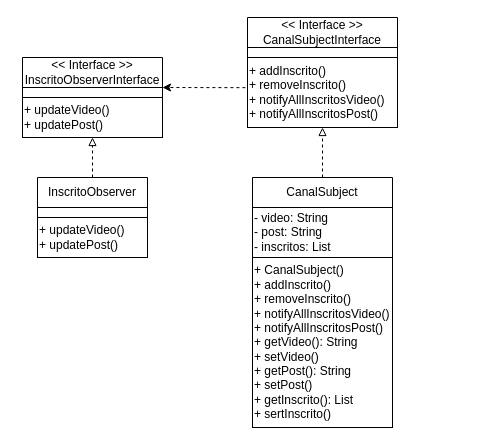
Earlier version of the draw.io diagram padroesProjetosSistemas/observer/Observer.drawio (AugustoTSantos/Bertoti). Source tidied: cells renumbered, new cells numbered last; positions are measured from the earlier drawing's top-left corner, leaving out a move shared by most shapes. Both pictures are drawn from the tidied source at 100%, with x=0, y=0 at pixel (22, 17).
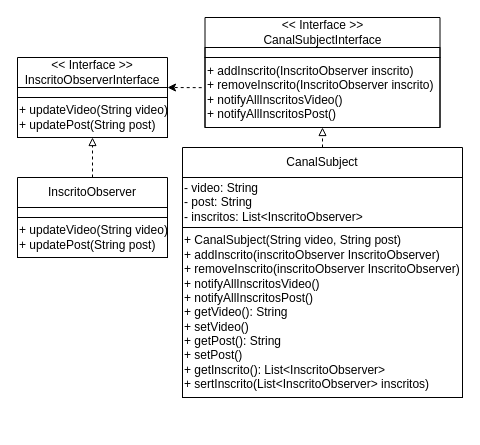
After the change.

Diff of the diagram source:
```diff
@@
 <mxGraphModel>
   <root>
     <mxCell id="0" />
     <mxCell id="1" parent="0" />
     <mxCell id="2" style="edgeStyle=none;html=1;dashed=1;endArrow=classic;endFill=1;exitX=-0.014;exitY=0.431;exitDx=0;exitDy=0;exitPerimeter=0;entryX=1;entryY=0;entryDx=0;entryDy=0;" parent="1" edge="1" source="12" target="4">
       <mxGeometry relative="1" as="geometry" />
     </mxCell>
     <mxCell id="3" value="&amp;lt;&amp;lt; Interface &amp;gt;&amp;gt;&lt;br&gt;InscritoObserverInterface" style="swimlane;fontStyle=0;horizontal=1;startSize=30;whiteSpace=wrap;html=1;glass=0;" parent="1" vertex="1">
-      <mxGeometry y="40" width="140" height="80" as="geometry" />
+      <mxGeometry x="-5" y="40" width="150" height="80" as="geometry" />
     </mxCell>
     <mxCell id="4" style="text;html=1;strokeColor=default;fillColor=none;align=center;verticalAlign=middle;whiteSpace=wrap;rounded=0;glass=0;" parent="3" vertex="1">
-      <mxGeometry y="30" width="140" height="10" as="geometry" />
+      <mxGeometry y="30" width="150" height="10" as="geometry" />
     </mxCell>
-    <mxCell id="5" value="&lt;div style=&quot;&quot;&gt;&lt;span style=&quot;background-color: initial;&quot;&gt;+ updateVideo()&lt;/span&gt;&lt;/div&gt;&lt;div style=&quot;&quot;&gt;&lt;span style=&quot;background-color: initial;&quot;&gt;+ updatePost()&lt;/span&gt;&lt;/div&gt;" style="text;html=1;align=left;verticalAlign=middle;points=[];strokeColor=default;fillColor=none;" parent="3" vertex="1">
-      <mxGeometry y="40" width="140" height="40" as="geometry" />
+    <mxCell id="5" value="&lt;div style=&quot;&quot;&gt;&lt;span style=&quot;background-color: initial;&quot;&gt;+ updateVideo(String video)&lt;/span&gt;&lt;/div&gt;&lt;div style=&quot;&quot;&gt;&lt;span style=&quot;background-color: initial;&quot;&gt;+ updatePost(String post)&lt;/span&gt;&lt;/div&gt;" style="text;html=1;align=left;verticalAlign=middle;points=[];strokeColor=default;fillColor=none;" parent="3" vertex="1">
+      <mxGeometry y="40" width="150" height="40" as="geometry" />
     </mxCell>
     <mxCell id="6" style="edgeStyle=none;html=1;dashed=1;endArrow=block;endFill=0;" parent="1" edge="1" source="7" target="5">
       <mxGeometry relative="1" as="geometry" />
     </mxCell>
     <mxCell id="7" value="InscritoObserver" style="swimlane;fontStyle=0;horizontal=1;startSize=30;whiteSpace=wrap;html=1;glass=0;" parent="1" vertex="1">
-      <mxGeometry x="15" y="160" width="110" height="80" as="geometry" />
+      <mxGeometry x="-5" y="160" width="150" height="80" as="geometry" />
     </mxCell>
     <mxCell id="8" style="text;html=1;strokeColor=default;fillColor=none;align=center;verticalAlign=middle;whiteSpace=wrap;rounded=0;glass=0;" parent="7" vertex="1">
-      <mxGeometry y="30" width="110" height="10" as="geometry" />
+      <mxGeometry y="30" width="150" height="10" as="geometry" />
     </mxCell>
-    <mxCell id="9" value="&lt;div style=&quot;&quot;&gt;&lt;span style=&quot;background-color: initial;&quot;&gt;+ updateVideo()&lt;/span&gt;&lt;/div&gt;&lt;div style=&quot;&quot;&gt;&lt;span style=&quot;background-color: initial;&quot;&gt;+ updatePost()&lt;/span&gt;&lt;/div&gt;" style="text;html=1;align=left;verticalAlign=middle;strokeColor=default;fillColor=none;" parent="7" vertex="1">
-      <mxGeometry y="40" width="110" height="40" as="geometry" />
+    <mxCell id="9" value="&lt;div style=&quot;&quot;&gt;&lt;span style=&quot;background-color: initial;&quot;&gt;+ updateVideo(String video)&lt;/span&gt;&lt;/div&gt;&lt;div style=&quot;&quot;&gt;&lt;span style=&quot;background-color: initial;&quot;&gt;+ updatePost(String post)&lt;/span&gt;&lt;/div&gt;" style="text;html=1;align=left;verticalAlign=middle;strokeColor=default;fillColor=none;" parent="7" vertex="1">
+      <mxGeometry y="40" width="150" height="40" as="geometry" />
     </mxCell>
     <mxCell id="10" value="&amp;lt;&amp;lt; Interface &amp;gt;&amp;gt;&lt;br&gt;CanalSubjectInterface" style="swimlane;fontStyle=0;horizontal=1;startSize=30;whiteSpace=wrap;html=1;glass=0;" parent="1" vertex="1">
-      <mxGeometry x="225" width="150" height="110" as="geometry" />
+      <mxGeometry x="182.5" width="235" height="110" as="geometry" />
     </mxCell>
     <mxCell id="11" style="text;html=1;strokeColor=default;fillColor=none;align=center;verticalAlign=middle;whiteSpace=wrap;rounded=0;glass=0;" parent="10" vertex="1">
-      <mxGeometry y="30" width="150" height="10" as="geometry" />
+      <mxGeometry y="30" width="235" height="10" as="geometry" />
     </mxCell>
-    <mxCell id="12" value="&lt;div style=&quot;&quot;&gt;+ addInscrito()&lt;/div&gt;&lt;div style=&quot;&quot;&gt;+ removeInscrito()&lt;/div&gt;&lt;div style=&quot;&quot;&gt;+ notifyAllInscritosVideo()&lt;/div&gt;&lt;div style=&quot;&quot;&gt;+ notifyAllInscritosPost()&lt;/div&gt;" style="text;html=1;align=left;verticalAlign=middle;points=[];strokeColor=default;fillColor=none;" parent="10" vertex="1">
-      <mxGeometry y="40" width="150" height="70" as="geometry" />
+    <mxCell id="12" value="&lt;div style=&quot;&quot;&gt;+ addInscrito(InscritoObserver inscrito)&lt;/div&gt;&lt;div style=&quot;&quot;&gt;+ removeInscrito(InscritoObserver inscrito)&lt;/div&gt;&lt;div style=&quot;&quot;&gt;+ notifyAllInscritosVideo()&lt;/div&gt;&lt;div style=&quot;&quot;&gt;+ notifyAllInscritosPost()&lt;/div&gt;" style="text;html=1;align=left;verticalAlign=middle;points=[];strokeColor=default;fillColor=none;" parent="10" vertex="1">
+      <mxGeometry y="40" width="235" height="70" as="geometry" />
     </mxCell>
     <mxCell id="13" style="edgeStyle=none;html=1;dashed=1;endArrow=block;endFill=0;" parent="1" edge="1" source="14" target="12">
       <mxGeometry relative="1" as="geometry" />
     </mxCell>
     <mxCell id="14" value="CanalSubject" style="swimlane;fontStyle=0;horizontal=1;startSize=30;whiteSpace=wrap;html=1;glass=0;" parent="1" vertex="1">
-      <mxGeometry x="230" y="160" width="140" height="250" as="geometry" />
+      <mxGeometry x="160" y="130" width="280" height="250" as="geometry" />
     </mxCell>
-    <mxCell id="15" value="- video: String&lt;br&gt;- post: String&lt;br&gt;- inscritos: List" style="text;html=1;strokeColor=default;fillColor=none;align=left;verticalAlign=middle;whiteSpace=wrap;rounded=0;glass=0;" parent="14" vertex="1">
-      <mxGeometry y="30" width="140" height="50" as="geometry" />
+    <mxCell id="15" value="- video: String&lt;br&gt;- post: String&lt;br&gt;- inscritos: List&amp;lt;InscritoObserver&amp;gt;" style="text;html=1;strokeColor=default;fillColor=none;align=left;verticalAlign=middle;whiteSpace=wrap;rounded=0;glass=0;" parent="14" vertex="1">
+      <mxGeometry y="30" width="280" height="50" as="geometry" />
     </mxCell>
-    <mxCell id="16" value="&lt;div style=&quot;&quot;&gt;&lt;span style=&quot;background-color: initial;&quot;&gt;+ CanalSubject()&lt;/span&gt;&lt;/div&gt;&lt;div style=&quot;&quot;&gt;&lt;span style=&quot;background-color: initial;&quot;&gt;+ addInscrito()&lt;/span&gt;&lt;/div&gt;&lt;div style=&quot;&quot;&gt;+ removeInscrito()&lt;/div&gt;&lt;div style=&quot;&quot;&gt;+ notifyAllInscritosVideo()&lt;/div&gt;&lt;div style=&quot;&quot;&gt;+ notifyAllInscritosPost()&lt;/div&gt;&lt;div style=&quot;&quot;&gt;+ getVideo(): String&lt;/div&gt;&lt;div style=&quot;&quot;&gt;+ setVideo()&lt;/div&gt;&lt;div style=&quot;&quot;&gt;+ getPost(): String&lt;/div&gt;&lt;div style=&quot;&quot;&gt;+ setPost()&lt;/div&gt;&lt;div style=&quot;&quot;&gt;+ getInscrito(): List&lt;/div&gt;&lt;div style=&quot;&quot;&gt;+ sertInscrito()&lt;/div&gt;" style="text;html=1;align=left;verticalAlign=middle;strokeColor=default;fillColor=none;" parent="14" vertex="1">
-      <mxGeometry y="80" width="140" height="170" as="geometry" />
+    <mxCell id="16" value="&lt;div style=&quot;&quot;&gt;&lt;span style=&quot;background-color: initial;&quot;&gt;+ CanalSubject(String video, String post)&lt;/span&gt;&lt;/div&gt;&lt;div style=&quot;&quot;&gt;&lt;span style=&quot;background-color: initial;&quot;&gt;+ addInscrito(inscritoObserver InscritoObserver)&lt;/span&gt;&lt;/div&gt;&lt;div style=&quot;&quot;&gt;+ removeInscrito(inscritoObserver InscritoObserver)&lt;/div&gt;&lt;div style=&quot;&quot;&gt;+ notifyAllInscritosVideo()&lt;/div&gt;&lt;div style=&quot;&quot;&gt;+ notifyAllInscritosPost()&lt;/div&gt;&lt;div style=&quot;&quot;&gt;+ getVideo(): String&lt;/div&gt;&lt;div style=&quot;&quot;&gt;+ setVideo()&lt;/div&gt;&lt;div style=&quot;&quot;&gt;+ getPost(): String&lt;/div&gt;&lt;div style=&quot;&quot;&gt;+ setPost()&lt;/div&gt;&lt;div style=&quot;&quot;&gt;+ getInscrito(): List&amp;lt;InscritoObserver&amp;gt;&lt;/div&gt;&lt;div style=&quot;&quot;&gt;+ sertInscrito(List&amp;lt;InscritoObserver&amp;gt; inscritos)&lt;/div&gt;" style="text;html=1;align=left;verticalAlign=middle;strokeColor=default;fillColor=none;" parent="14" vertex="1">
+      <mxGeometry y="80" width="280" height="170" as="geometry" />
     </mxCell>
   </root>
 </mxGraphModel>
```
